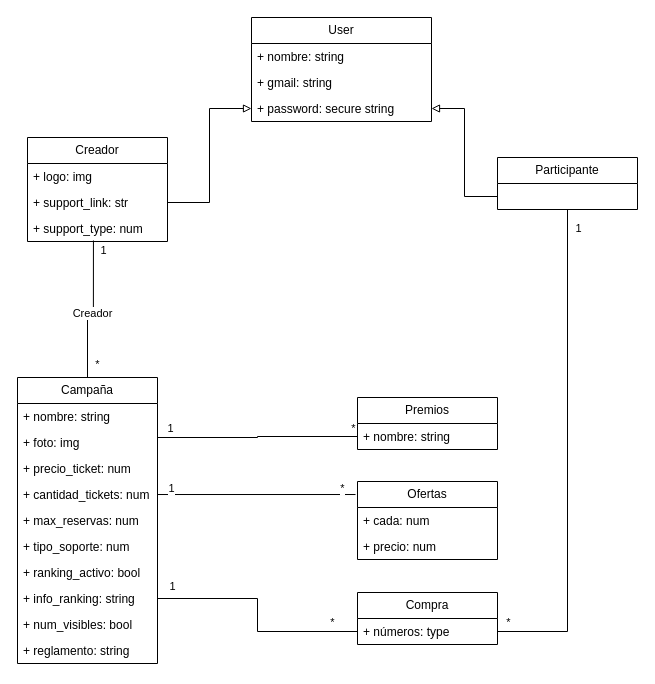
Earlier version of the draw.io diagram BackEnd.drawio (david-fm/rifa). Source tidied: cells renumbered, new cells numbered last; positions are measured from the earlier drawing's top-left corner, leaving out a move shared by most shapes. Both pictures are drawn from the tidied source at 100%, with x=0, y=0 at pixel (17, 17).
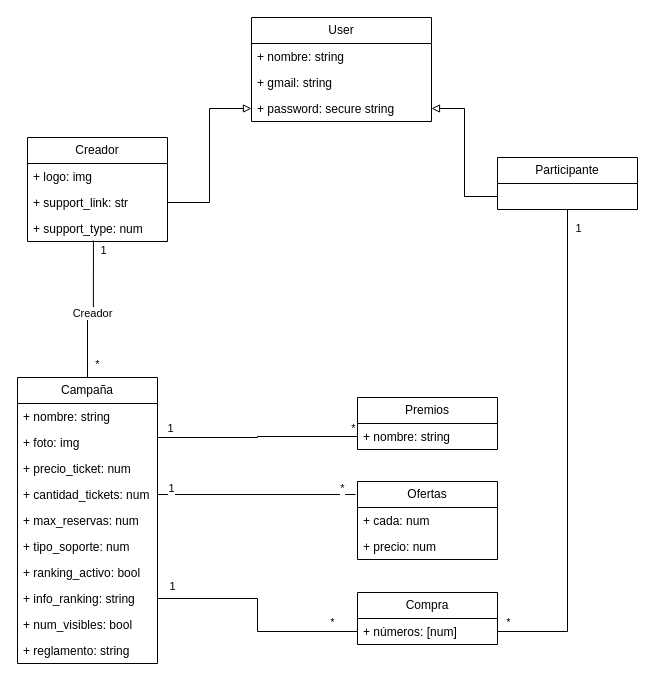
The same diagram, later.

Commit message:
numeros type

The change refers to these unchanged cells:
```xml
<mxCell id="32" value="Compra" style="swimlane;fontStyle=0;horizontal=1;startSize=26;fillColor=none;whiteSpace=wrap;html=1;" parent="1" vertex="1">
  <mxGeometry x="340" y="575" width="140" height="52" as="geometry" />
</mxCell>
```

Change to the diagram source:
```diff
@@
-    <mxCell id="33" value="+ números: type" style="text;strokeColor=none;fillColor=none;align=left;verticalAlign=top;spacingLeft=4;spacingRight=4;overflow=hidden;points=[[0,0.5],[1,0.5]];portConstraint=eastwest;whiteSpace=wrap;html=1;" parent="32" vertex="1">
+    <mxCell id="33" value="+ números: [num]" style="text;strokeColor=none;fillColor=none;align=left;verticalAlign=top;spacingLeft=4;spacingRight=4;overflow=hidden;points=[[0,0.5],[1,0.5]];portConstraint=eastwest;whiteSpace=wrap;html=1;" parent="32" vertex="1">
       <mxGeometry y="26" width="140" height="26" as="geometry" />
     </mxCell>
```
